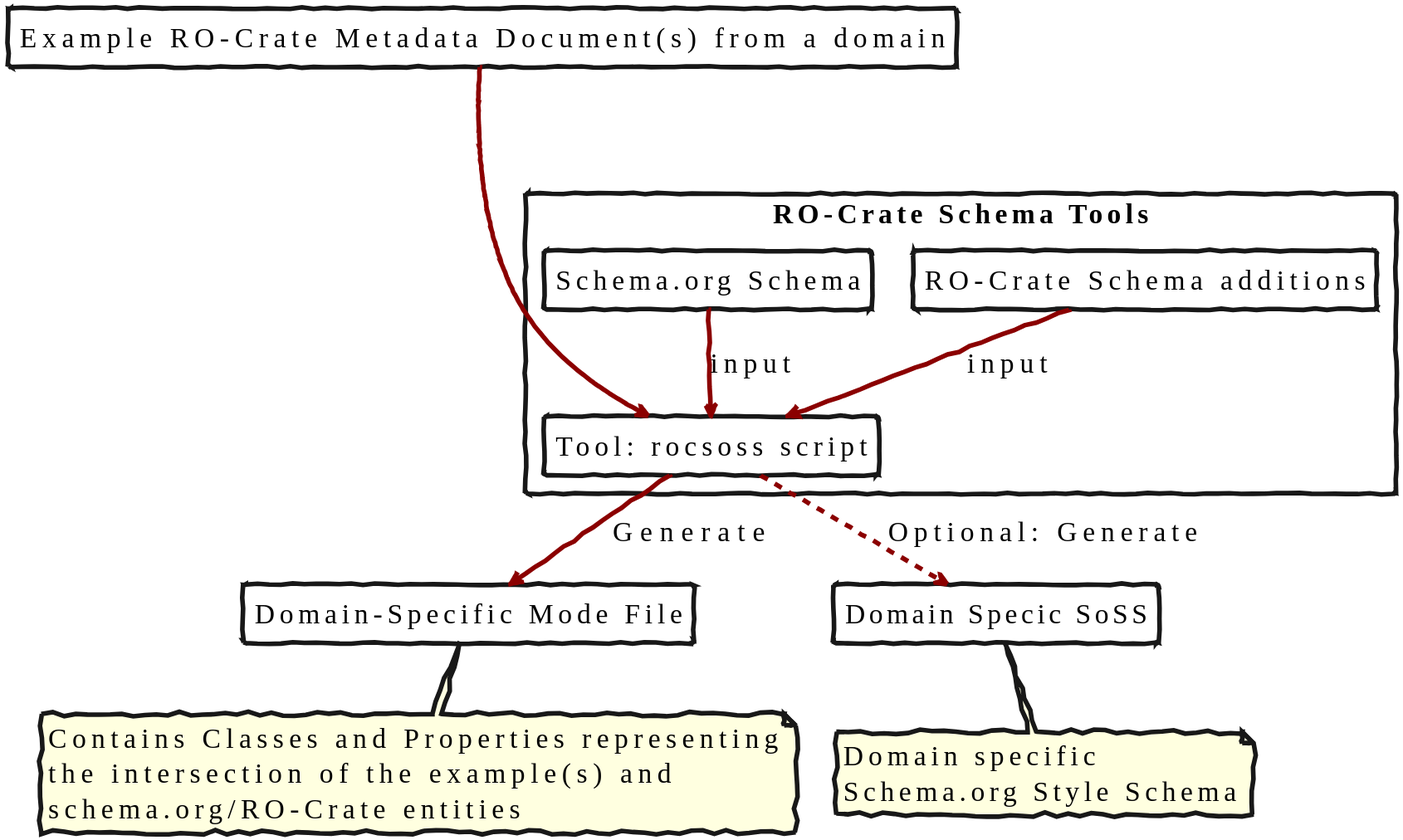
Above: docs/images/example-to-profile.svg in Language-Research-Technology/ro-crate-modes (PlantUML), before the change.
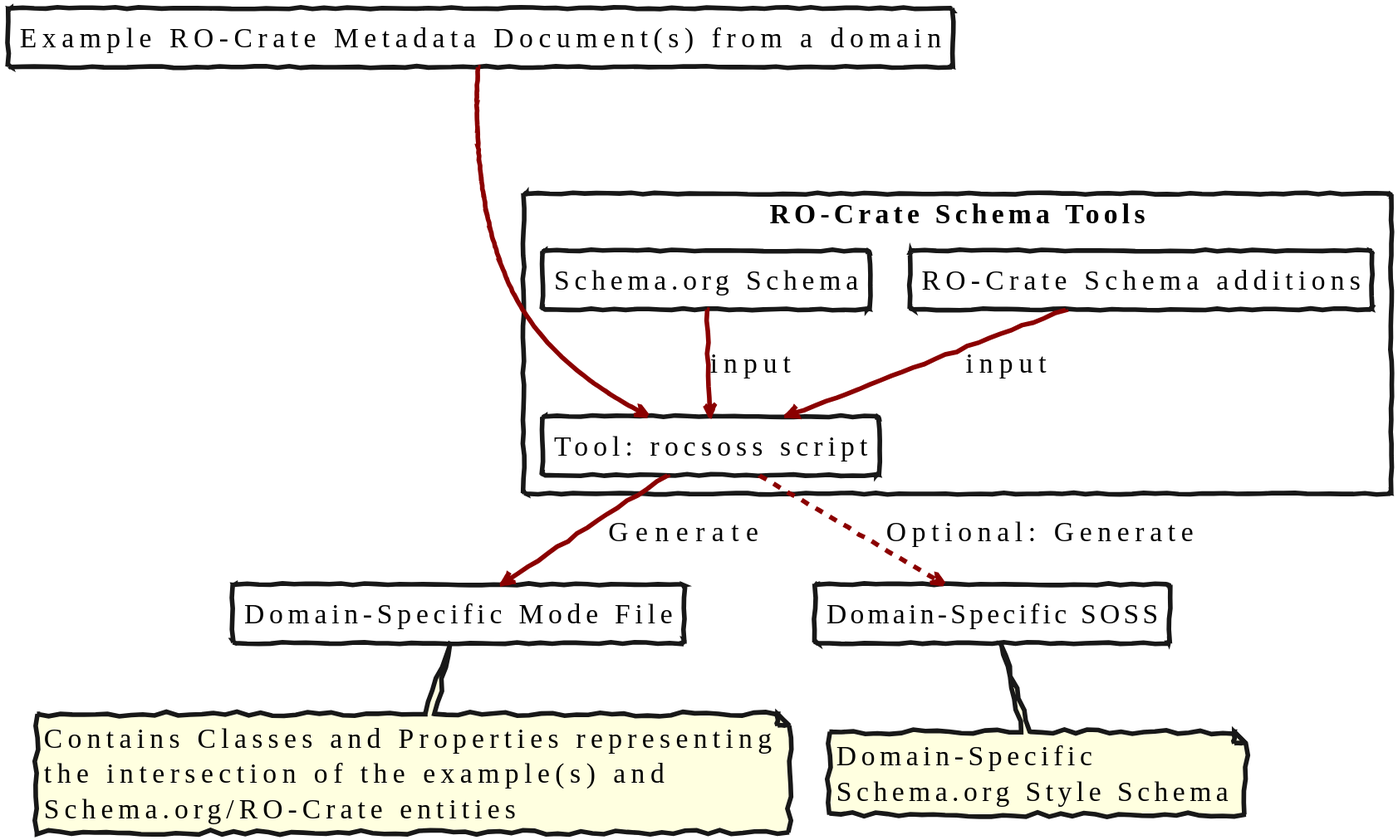
Above is the later version.

The edit, as a diff of the source:
```diff
@@ -11,7 +11,7 @@
 }
 
 rectangle "Domain-Specific Mode File" as mod
-rectangle "Domain Specic SoSS" as dssoss
+rectangle "Domain-Specific SOSS" as dssoss
 sos -down-> rocsoss : input
 roc -down-> rocsoss : input
 
@@ -21,6 +21,6 @@
 
 rocsoss .down.> dssoss : Optional: Generate
 
-note bottom of mod : Contains Classes and Properties representing\nthe intersection of the example(s) and\nschema.org/RO-Crate entities
-note bottom of dssoss : Domain specific\nSchema.org Style Schema
+note bottom of mod : Contains Classes and Properties representing\nthe intersection of the example(s) and\nSchema.org/RO-Crate entities
+note bottom of dssoss : Domain-Specific\nSchema.org Style Schema
 @enduml
```
